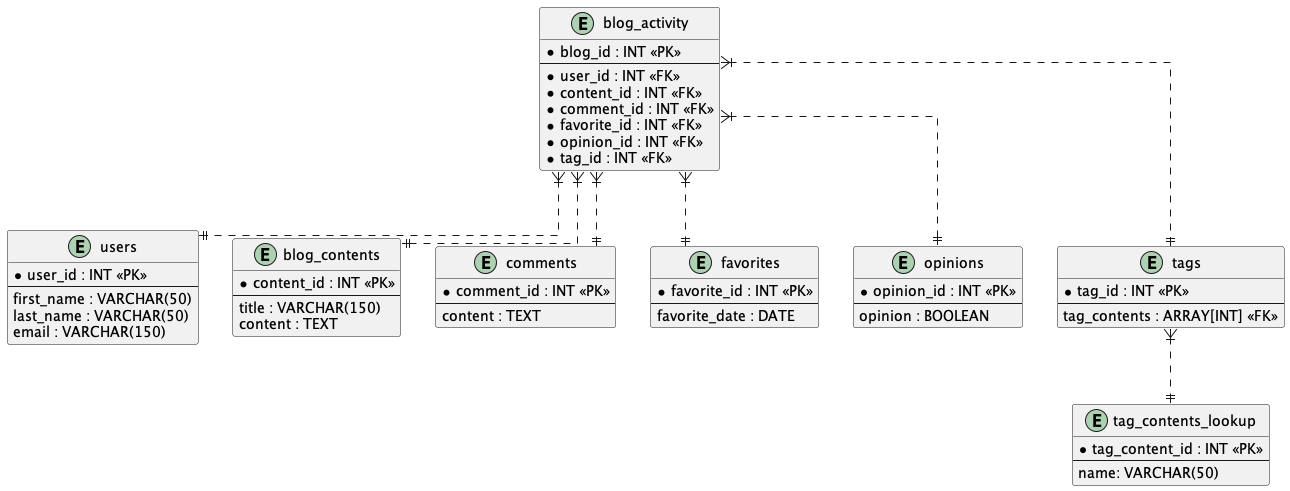
The PlantUML diagram imgs/blog-dw-db.png in StackZack/blogs-data-pipeline, before a commit. Its diagram source:
```plantuml
@startuml

skinparam linetype ortho

entity "blog_activity" as blog_activity {
  *blog_id : INT <<PK>>
  --
  *user_id : INT <<FK>>
  *content_id : INT <<FK>>
  *comment_id : INT <<FK>>
  *favorite_id : INT <<FK>>
  *opinion_id : INT <<FK>>
  *tag_id : INT <<FK>>
}

entity "users" as users {
  *user_id : INT <<PK>>
  --
  first_name : VARCHAR(50)
  last_name : VARCHAR(50)
  email : VARCHAR(150)
}

entity "blog_contents" as blog_contents {
  *content_id : INT <<PK>>
  --
  title : VARCHAR(150)
  content : TEXT
}

entity "comments" as comments {
  *comment_id : INT <<PK>>
  --
  content : TEXT
}

entity "favorites" as favorites {
  *favorite_id : INT <<PK>>
  --
  favorite_date : DATE
}

entity "opinions" as opinions {
  *opinion_id : INT <<PK>>
  --
  opinion : BOOLEAN
}

entity "tag_contents_lookup" as tag_contents_lookup {
  *tag_content_id : INT <<PK>>
  --
  name: VARCHAR(50)
}

entity "tags" as tags {
  *tag_id : INT <<PK>>
  --
  tag_contents : ARRAY[INT] <<FK>>
}

blog_activity }|..|| users
blog_activity }|..|| blog_contents
blog_activity }|..|| comments
blog_activity }|..|| favorites
blog_activity }|..|| opinions
blog_activity }|..|| tags
tags }|..|| tag_contents_lookup

@enduml
```
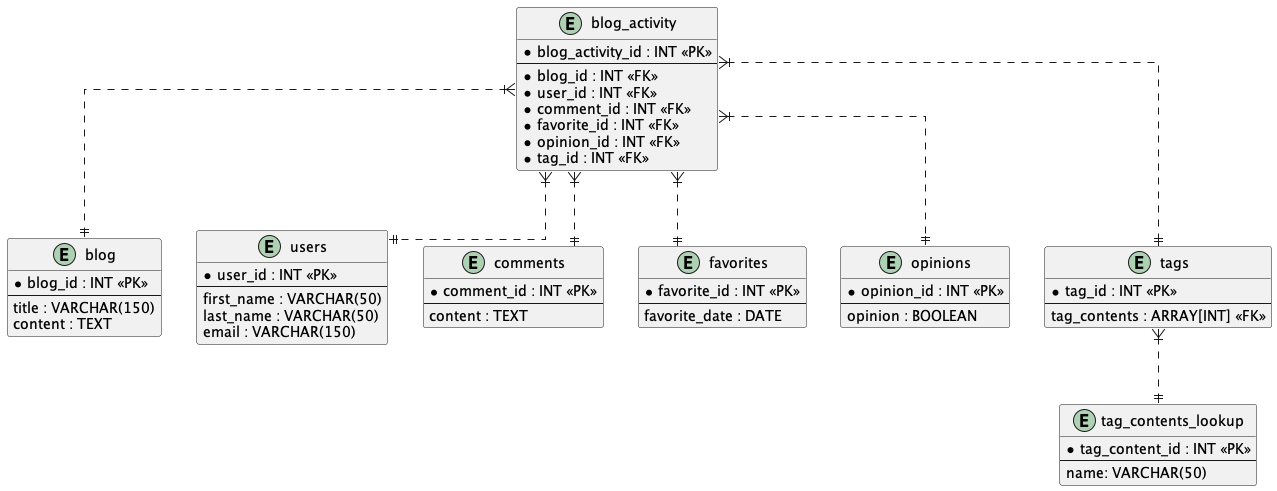
The same file after the commit.

What changed in the source:
```diff
@@ -3,14 +3,21 @@
 skinparam linetype ortho
 
 entity "blog_activity" as blog_activity {
-  *blog_id : INT <<PK>>
+  *blog_activity_id : INT <<PK>>
   --
+  *blog_id : INT <<FK>>
   *user_id : INT <<FK>>
-  *content_id : INT <<FK>>
   *comment_id : INT <<FK>>
   *favorite_id : INT <<FK>>
   *opinion_id : INT <<FK>>
   *tag_id : INT <<FK>>
+}
+
+entity "blog" as blog {
+  *blog_id : INT <<PK>>
+  --
+  title : VARCHAR(150)
+  content : TEXT
 }
 
 entity "users" as users {
@@ -19,13 +26,6 @@
   first_name : VARCHAR(50)
   last_name : VARCHAR(50)
   email : VARCHAR(150)
-}
-
-entity "blog_contents" as blog_contents {
-  *content_id : INT <<PK>>
-  --
-  title : VARCHAR(150)
-  content : TEXT
 }
 
 entity "comments" as comments {
@@ -59,7 +59,7 @@
 }
 
 blog_activity }|..|| users
-blog_activity }|..|| blog_contents
+blog_activity }|..|| blog
 blog_activity }|..|| comments
 blog_activity }|..|| favorites
 blog_activity }|..|| opinions
```
